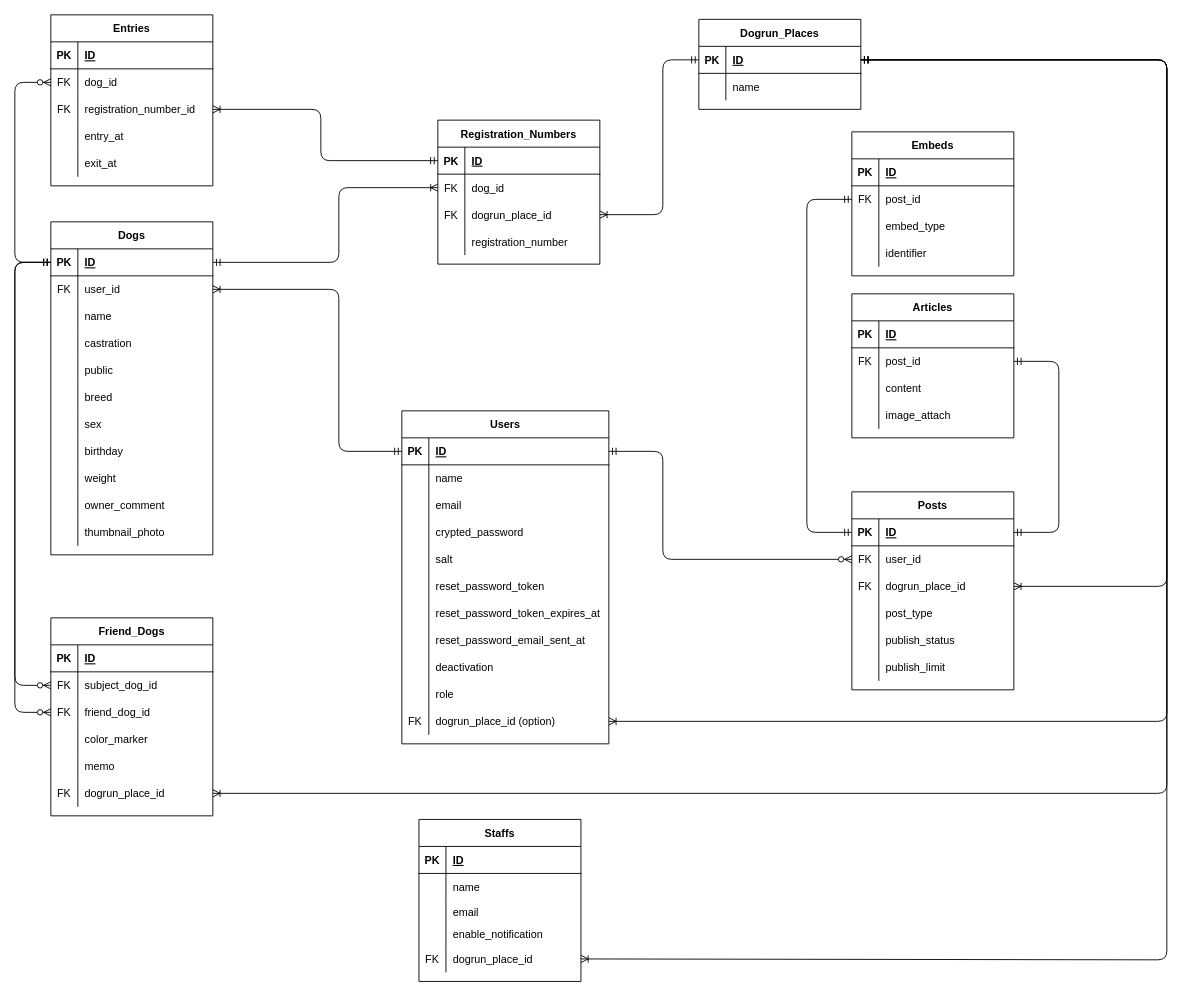
Above: ER_diagram.drawio in Kedaruma-Bond/dogrun_connect_app (draw.io), before the change. Source tidied: cells renumbered, new cells numbered last; positions are measured from the earlier drawing's top-left corner, leaving out a move shared by most shapes. Both pictures are drawn from the tidied source at 90%, with x=0, y=0 at pixel (14, 14).
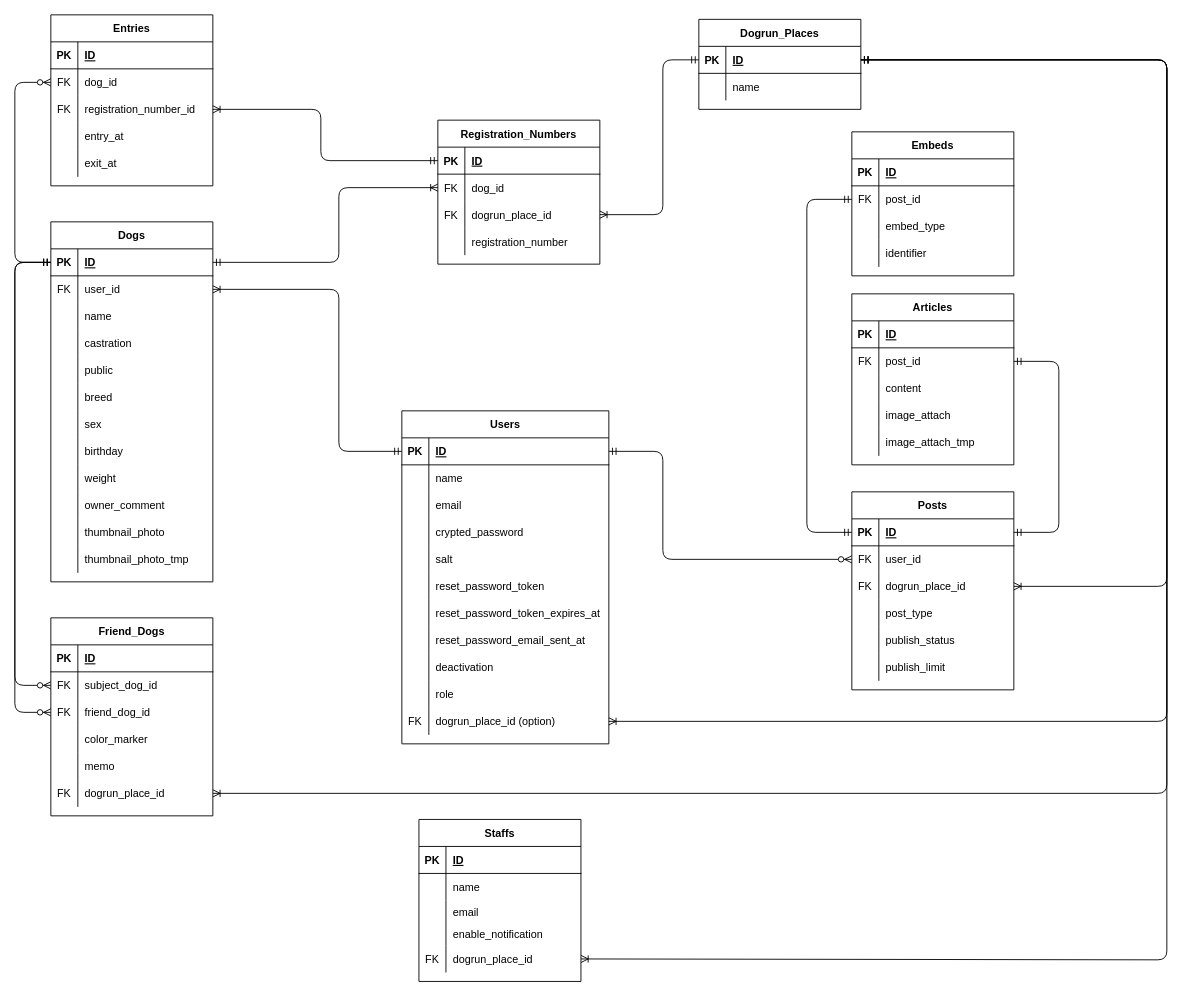
Above is the later version.

The edit, as a diff of the source:
```diff
@@
     <mxCell id="68" value="Dogs" style="shape=table;startSize=30;childLayout=tableLayout;rowLines=0;fontStyle=1;align=center;" parent="1" vertex="1">
-      <mxGeometry x="40" y="230" width="180" height="370" as="geometry" />
+      <mxGeometry x="40" y="230" width="180" height="400" as="geometry" />
     </mxCell>
@@
+    <mxCell id="200" style="shape=partialRectangle;fillColor=none;top=0;left=0;bottom=0;right=0;" parent="68" vertex="1">
+      <mxGeometry y="360" width="180" height="30" as="geometry" />
+    </mxCell>
+    <mxCell id="201" style="shape=partialRectangle;fillColor=none;top=0;left=0;bottom=0;right=0;overflow=hidden;" parent="200" vertex="1">
+      <mxGeometry width="30" height="30" as="geometry" />
+    </mxCell>
+    <mxCell id="202" value="thumbnail_photo_tmp" style="shape=partialRectangle;fillColor=none;top=0;left=0;bottom=0;right=0;align=left;spacingLeft=6;overflow=hidden;" parent="200" vertex="1">
+      <mxGeometry x="30" width="150" height="30" as="geometry" />
+    </mxCell>
@@
     <mxCell id="171" value="Articles" style="shape=table;startSize=30;childLayout=tableLayout;rowLines=0;fontStyle=1;align=center;" parent="1" vertex="1">
-      <mxGeometry x="930" y="310" width="180" height="160" as="geometry" />
+      <mxGeometry x="930" y="310" width="180" height="190" as="geometry" />
     </mxCell>
@@
+    <mxCell id="203" style="shape=partialRectangle;fillColor=none;top=0;left=0;bottom=0;right=0;" parent="171" vertex="1">
+      <mxGeometry y="150" width="180" height="30" as="geometry" />
+    </mxCell>
+    <mxCell id="204" style="shape=partialRectangle;fillColor=none;top=0;left=0;bottom=0;right=0;overflow=hidden;" parent="203" vertex="1">
+      <mxGeometry width="30" height="30" as="geometry" />
+    </mxCell>
+    <mxCell id="205" value="image_attach_tmp" style="shape=partialRectangle;fillColor=none;top=0;left=0;bottom=0;right=0;align=left;spacingLeft=6;overflow=hidden;" parent="203" vertex="1">
+      <mxGeometry x="30" width="150" height="30" as="geometry" />
+    </mxCell>
```
